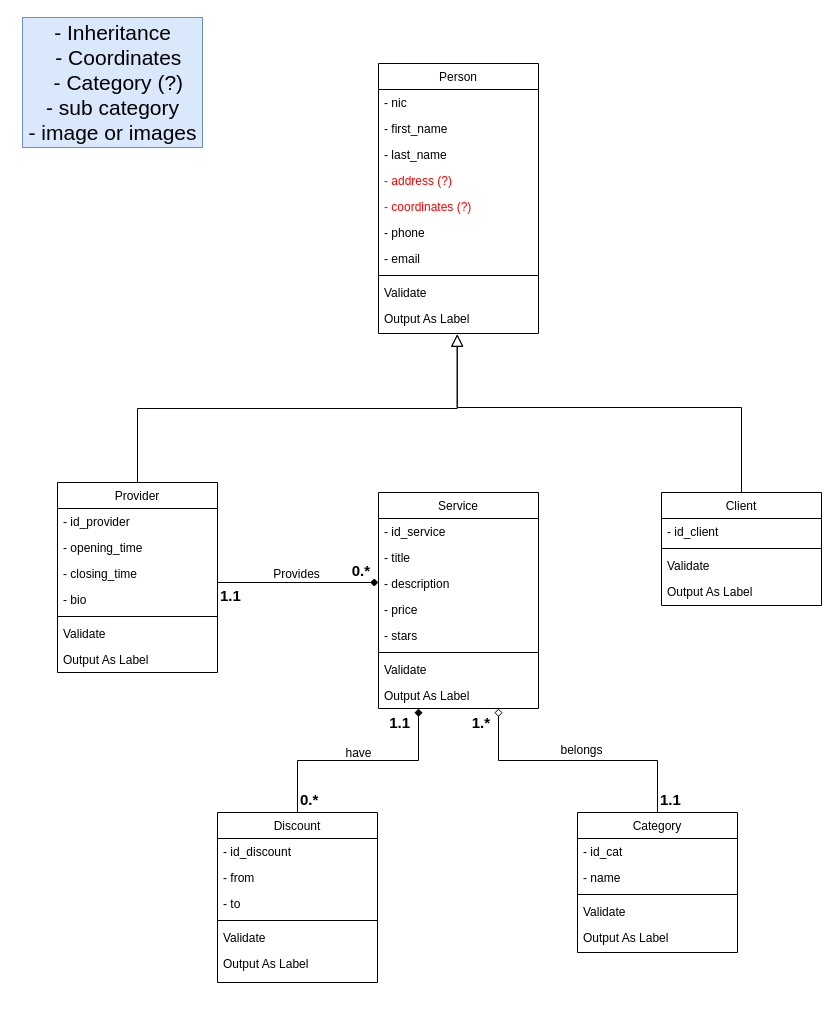
Before: class diagram.drawio in GHamza-Dev/wafin-design-and-conception, a draw.io diagram. Source tidied: cells renumbered, new cells numbered last; positions are measured from the earlier drawing's top-left corner, leaving out a move shared by most shapes. Both pictures are drawn from the tidied source at 100%, with x=0, y=0 at pixel (22, 17).
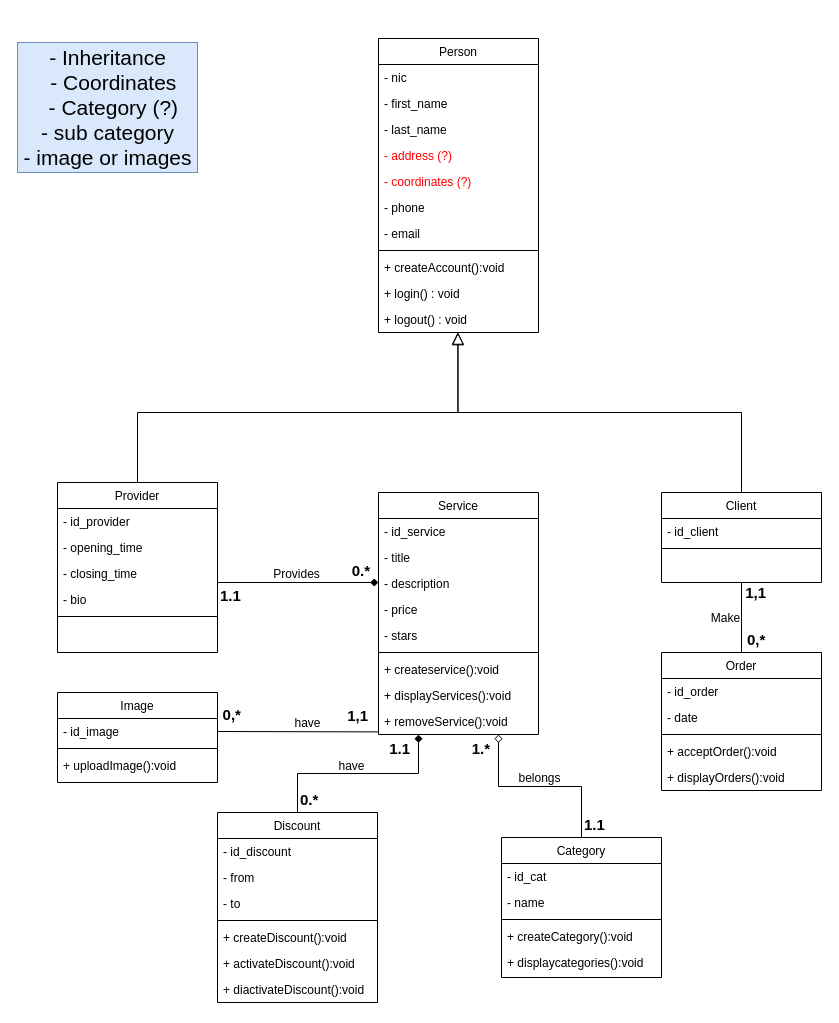
Above is the later version.

Commit message (it also covers changes not shown here):
- Add order and image class  - Fixe relation between classes  - Add methods

The change refers to these unchanged cells:
```xml
<mxCell id="59" style="endArrow=diamond;shadow=0;strokeWidth=1;rounded=0;endFill=0;edgeStyle=elbowEdgeStyle;elbow=vertical;exitX=0.5;exitY=0;exitDx=0;exitDy=0;entryX=0.75;entryY=1;entryDx=0;entryDy=0;" parent="1" edge="1" source="49" target="10">
  <mxGeometry x="0.5" y="41" relative="1" as="geometry">
    <mxPoint x="-40" y="32" as="offset" />
  </mxGeometry>
</mxCell>
```

The edit, as a diff of the source:
```diff
@@
     <mxCell id="2" value="Provider" style="swimlane;fontStyle=0;align=center;verticalAlign=top;horizontal=1;startSize=26;rounded=0;shadow=0;strokeWidth=1;" parent="1" vertex="1">
-      <mxGeometry x="35" y="465" width="160" height="190" as="geometry" />
+      <mxGeometry x="35" y="465" width="160" height="170" as="geometry" />
     </mxCell>
@@
-    <mxCell id="8" value="Validate" style="text;align=left;verticalAlign=top;spacingLeft=4;spacingRight=4;overflow=hidden;" parent="2" vertex="1">
-      <mxGeometry y="138" width="160" height="26" as="geometry" />
-    </mxCell>
-    <mxCell id="9" value="Output As Label" style="text;align=left;verticalAlign=top;spacingLeft=4;spacingRight=4;overflow=hidden;points=[[0,0.5],[1,0.5]];portConstraint=eastwest;" parent="2" vertex="1">
-      <mxGeometry y="164" width="160" height="26" as="geometry" />
-    </mxCell>
     <mxCell id="10" value="Service" style="swimlane;fontStyle=0;align=center;verticalAlign=top;horizontal=1;startSize=26;rounded=0;shadow=0;strokeWidth=1;" parent="1" vertex="1">
-      <mxGeometry x="356" y="475" width="160" height="216" as="geometry" />
+      <mxGeometry x="356" y="475" width="160" height="242" as="geometry" />
     </mxCell>
@@
-    <mxCell id="17" value="Validate" style="text;align=left;verticalAlign=top;spacingLeft=4;spacingRight=4;overflow=hidden;" parent="10" vertex="1">
-      <mxGeometry y="164" width="160" height="26" as="geometry" />
-    </mxCell>
-    <mxCell id="18" value="Output As Label" style="text;align=left;verticalAlign=top;spacingLeft=4;spacingRight=4;overflow=hidden;" parent="10" vertex="1">
-      <mxGeometry y="190" width="160" height="26" as="geometry" />
-    </mxCell>
+    <mxCell id="8" value="+ createservice():void" style="text;align=left;verticalAlign=top;spacingLeft=4;spacingRight=4;overflow=hidden;" parent="10" vertex="1">
+      <mxGeometry y="164" width="160" height="26" as="geometry" />
+    </mxCell>
+    <mxCell id="63" value="+ displayServices():void" style="text;align=left;verticalAlign=top;spacingLeft=4;spacingRight=4;overflow=hidden;" parent="10" vertex="1">
+      <mxGeometry y="190" width="160" height="26" as="geometry" />
+    </mxCell>
+    <mxCell id="9" value="+ removeService():void" style="text;align=left;verticalAlign=top;spacingLeft=4;spacingRight=4;overflow=hidden;points=[[0,0.5],[1,0.5]];portConstraint=eastwest;" parent="10" vertex="1">
+      <mxGeometry y="216" width="160" height="26" as="geometry" />
+    </mxCell>
@@
     <mxCell id="23" value="Client" style="swimlane;fontStyle=0;align=center;verticalAlign=top;horizontal=1;startSize=26;rounded=0;shadow=0;strokeWidth=1;" parent="1" vertex="1">
-      <mxGeometry x="639" y="475" width="160" height="113" as="geometry" />
+      <mxGeometry x="639" y="475" width="160" height="90" as="geometry" />
     </mxCell>
@@
-    <mxCell id="26" value="Validate" style="text;align=left;verticalAlign=top;spacingLeft=4;spacingRight=4;overflow=hidden;" parent="23" vertex="1">
-      <mxGeometry y="60" width="160" height="26" as="geometry" />
-    </mxCell>
-    <mxCell id="27" value="Output As Label" style="text;align=left;verticalAlign=top;spacingLeft=4;spacingRight=4;overflow=hidden;" parent="23" vertex="1">
-      <mxGeometry y="86" width="160" height="26" as="geometry" />
-    </mxCell>
     <mxCell id="28" value="Person" style="swimlane;fontStyle=0;align=center;verticalAlign=top;horizontal=1;startSize=26;rounded=0;shadow=0;strokeWidth=1;" parent="1" vertex="1">
-      <mxGeometry x="356" y="46" width="160" height="270" as="geometry" />
+      <mxGeometry x="356" y="21" width="160" height="294" as="geometry" />
     </mxCell>
@@
-    <mxCell id="37" value="Validate" style="text;align=left;verticalAlign=top;spacingLeft=4;spacingRight=4;overflow=hidden;" parent="28" vertex="1">
+    <mxCell id="37" value="+ createAccount():void" style="text;align=left;verticalAlign=top;spacingLeft=4;spacingRight=4;overflow=hidden;" parent="28" vertex="1">
       <mxGeometry y="216" width="160" height="26" as="geometry" />
     </mxCell>
-    <mxCell id="38" value="Output As Label" style="text;align=left;verticalAlign=top;spacingLeft=4;spacingRight=4;overflow=hidden;points=[[0,0.5],[1,0.5]];portConstraint=eastwest;" parent="28" vertex="1">
+    <mxCell id="38" value="+ login() : void " style="text;align=left;verticalAlign=top;spacingLeft=4;spacingRight=4;overflow=hidden;points=[[0,0.5],[1,0.5]];portConstraint=eastwest;" parent="28" vertex="1">
       <mxGeometry y="242" width="160" height="26" as="geometry" />
     </mxCell>
+    <mxCell id="64" value="+ logout() : void " style="text;align=left;verticalAlign=top;spacingLeft=4;spacingRight=4;overflow=hidden;points=[[0,0.5],[1,0.5]];portConstraint=eastwest;" parent="28" vertex="1">
+      <mxGeometry y="268" width="160" height="26" as="geometry" />
+    </mxCell>
-    <mxCell id="39" style="endArrow=block;endSize=10;endFill=0;shadow=0;strokeWidth=1;rounded=0;edgeStyle=elbowEdgeStyle;elbow=vertical;exitX=0.5;exitY=0;exitDx=0;exitDy=0;entryX=0.492;entryY=1.105;entryDx=0;entryDy=0;entryPerimeter=0;" parent="1" edge="1" source="2" target="38">
-      <mxGeometry relative="1" as="geometry" />
+    <mxCell id="39" style="endArrow=block;endSize=10;endFill=0;shadow=0;strokeWidth=1;rounded=0;edgeStyle=elbowEdgeStyle;elbow=vertical;exitX=0.5;exitY=0;exitDx=0;exitDy=0;entryX=0.496;entryY=0.985;entryDx=0;entryDy=0;entryPerimeter=0;" parent="1" edge="1" source="2" target="64">
+      <mxGeometry relative="1" as="geometry">
+        <Array as="points">
+          <mxPoint x="425" y="395" />
+        </Array>
+      </mxGeometry>
     </mxCell>
-    <mxCell id="40" style="endArrow=block;endSize=10;endFill=0;shadow=0;strokeWidth=1;rounded=0;edgeStyle=elbowEdgeStyle;elbow=vertical;exitX=0.5;exitY=0;exitDx=0;exitDy=0;entryX=0.492;entryY=1.105;entryDx=0;entryDy=0;entryPerimeter=0;" parent="1" edge="1" source="23" target="38">
+    <mxCell id="40" style="endArrow=block;endSize=10;endFill=0;shadow=0;strokeWidth=1;rounded=0;edgeStyle=elbowEdgeStyle;elbow=vertical;exitX=0.5;exitY=0;exitDx=0;exitDy=0;entryX=0.497;entryY=1.01;entryDx=0;entryDy=0;entryPerimeter=0;" parent="1" edge="1" source="23" target="64">
       <mxGeometry relative="1" as="geometry">
         <Array as="points">
+          <mxPoint x="455" y="395" />
           <mxPoint x="585" y="390" />
         </Array>
       </mxGeometry>
     </mxCell>
     <mxCell id="41" value="- Inheritance&lt;br style=&quot;font-size: 21px&quot;&gt;&amp;nbsp; - Coordinates&lt;br style=&quot;font-size: 21px&quot;&gt;&amp;nbsp; - Category (?)&lt;br&gt;- sub category&lt;br&gt;- image or images&lt;br&gt;" style="text;html=1;align=center;verticalAlign=middle;strokeColor=#6c8ebf;fillColor=#dae8fc;fontSize=21;" parent="1" vertex="1">
-      <mxGeometry width="180" height="130" as="geometry" />
+      <mxGeometry x="-5" y="25" width="180" height="130" as="geometry" />
     </mxCell>
     <mxCell id="42" value="Discount" style="swimlane;fontStyle=0;align=center;verticalAlign=top;horizontal=1;startSize=26;rounded=0;shadow=0;strokeWidth=1;" parent="1" vertex="1">
-      <mxGeometry x="195" y="795" width="160" height="170" as="geometry" />
+      <mxGeometry x="195" y="795" width="160" height="190" as="geometry" />
     </mxCell>
@@
-    <mxCell id="47" value="Validate" style="text;align=left;verticalAlign=top;spacingLeft=4;spacingRight=4;overflow=hidden;" parent="42" vertex="1">
-      <mxGeometry y="112" width="160" height="26" as="geometry" />
-    </mxCell>
-    <mxCell id="48" value="Output As Label" style="text;align=left;verticalAlign=top;spacingLeft=4;spacingRight=4;overflow=hidden;" parent="42" vertex="1">
-      <mxGeometry y="138" width="160" height="26" as="geometry" />
-    </mxCell>
+    <mxCell id="65" value="+ createDiscount():void" style="text;align=left;verticalAlign=top;spacingLeft=4;spacingRight=4;overflow=hidden;" parent="42" vertex="1">
+      <mxGeometry y="112" width="160" height="26" as="geometry" />
+    </mxCell>
+    <mxCell id="66" value="+ activateDiscount():void" style="text;align=left;verticalAlign=top;spacingLeft=4;spacingRight=4;overflow=hidden;" parent="42" vertex="1">
+      <mxGeometry y="138" width="160" height="26" as="geometry" />
+    </mxCell>
+    <mxCell id="67" value="+ diactivateDiscount():void" style="text;align=left;verticalAlign=top;spacingLeft=4;spacingRight=4;overflow=hidden;" parent="42" vertex="1">
+      <mxGeometry y="164" width="160" height="26" as="geometry" />
+    </mxCell>
     <mxCell id="49" value="Category" style="swimlane;fontStyle=0;align=center;verticalAlign=top;horizontal=1;startSize=26;rounded=0;shadow=0;strokeWidth=1;" parent="1" vertex="1">
-      <mxGeometry x="555" y="795" width="160" height="140" as="geometry" />
+      <mxGeometry x="479" y="820" width="160" height="140" as="geometry" />
     </mxCell>
@@
-    <mxCell id="53" value="Validate" style="text;align=left;verticalAlign=top;spacingLeft=4;spacingRight=4;overflow=hidden;" parent="49" vertex="1">
+    <mxCell id="53" value="+ createCategory():void" style="text;align=left;verticalAlign=top;spacingLeft=4;spacingRight=4;overflow=hidden;" parent="49" vertex="1">
       <mxGeometry y="86" width="160" height="26" as="geometry" />
     </mxCell>
-    <mxCell id="54" value="Output As Label" style="text;align=left;verticalAlign=top;spacingLeft=4;spacingRight=4;overflow=hidden;" parent="49" vertex="1">
+    <mxCell id="54" value="+ displaycategories():void" style="text;align=left;verticalAlign=top;spacingLeft=4;spacingRight=4;overflow=hidden;" parent="49" vertex="1">
       <mxGeometry y="112" width="160" height="26" as="geometry" />
     </mxCell>
@@
     <mxCell id="62" value="belongs" style="text;html=1;align=center;verticalAlign=middle;labelBackgroundColor=none;rounded=0;shadow=0;strokeWidth=1;fontSize=12;" parent="59" vertex="1">
       <mxGeometry x="0.5" y="49" relative="1" as="geometry">
-        <mxPoint x="68" y="-60" as="offset" />
+        <mxPoint x="89" y="-3" as="offset" />
       </mxGeometry>
     </mxCell>
+    <mxCell id="68" value="Order" style="swimlane;fontStyle=0;align=center;verticalAlign=top;horizontal=1;startSize=26;rounded=0;shadow=0;strokeWidth=1;" parent="1" vertex="1">
+      <mxGeometry x="639" y="635" width="160" height="138" as="geometry" />
+    </mxCell>
+    <mxCell id="69" value="- id_order" style="text;align=left;verticalAlign=top;spacingLeft=4;spacingRight=4;overflow=hidden;" parent="68" vertex="1">
+      <mxGeometry y="26" width="160" height="26" as="geometry" />
+    </mxCell>
+    <mxCell id="70" value="- date" style="text;align=left;verticalAlign=top;spacingLeft=4;spacingRight=4;overflow=hidden;" parent="68" vertex="1">
+      <mxGeometry y="52" width="160" height="26" as="geometry" />
+    </mxCell>
+    <mxCell id="71" style="line;html=1;strokeWidth=1;align=left;verticalAlign=middle;spacingTop=-1;spacingLeft=3;spacingRight=3;labelPosition=right;" parent="68" vertex="1">
+      <mxGeometry y="78" width="160" height="8" as="geometry" />
+    </mxCell>
+    <mxCell id="72" value="+ acceptOrder():void" style="text;align=left;verticalAlign=top;spacingLeft=4;spacingRight=4;overflow=hidden;" parent="68" vertex="1">
+      <mxGeometry y="86" width="160" height="26" as="geometry" />
+    </mxCell>
+    <mxCell id="73" value="+ displayOrders():void" style="text;align=left;verticalAlign=top;spacingLeft=4;spacingRight=4;overflow=hidden;" parent="68" vertex="1">
+      <mxGeometry y="112" width="160" height="26" as="geometry" />
+    </mxCell>
+    <mxCell id="74" value="Image" style="swimlane;fontStyle=0;align=center;verticalAlign=top;horizontal=1;startSize=26;rounded=0;shadow=0;strokeWidth=1;" parent="1" vertex="1">
+      <mxGeometry x="35" y="675" width="160" height="90" as="geometry" />
+    </mxCell>
+    <mxCell id="75" value="- id_image" style="text;align=left;verticalAlign=top;spacingLeft=4;spacingRight=4;overflow=hidden;points=[[0,0.5],[1,0.5]];portConstraint=eastwest;" parent="74" vertex="1">
+      <mxGeometry y="26" width="160" height="26" as="geometry" />
+    </mxCell>
+    <mxCell id="76" style="line;html=1;strokeWidth=1;align=left;verticalAlign=middle;spacingTop=-1;spacingLeft=3;spacingRight=3;labelPosition=right;" parent="74" vertex="1">
+      <mxGeometry y="52" width="160" height="8" as="geometry" />
+    </mxCell>
+    <mxCell id="77" value="+ uploadImage():void" style="text;align=left;verticalAlign=top;spacingLeft=4;spacingRight=4;overflow=hidden;" parent="74" vertex="1">
+      <mxGeometry y="60" width="160" height="26" as="geometry" />
+    </mxCell>
+    <mxCell id="78" style="endArrow=none;shadow=0;strokeWidth=1;rounded=0;endFill=0;edgeStyle=elbowEdgeStyle;elbow=vertical;exitX=1;exitY=0.5;exitDx=0;exitDy=0;entryX=0;entryY=0.5;entryDx=0;entryDy=0;" parent="1" edge="1" source="75" target="9">
+      <mxGeometry x="0.5" y="41" relative="1" as="geometry">
+        <Array as="points">
+          <mxPoint x="355" y="714.4" />
+        </Array>
+        <mxPoint x="-40" y="32" as="offset" />
+      </mxGeometry>
+    </mxCell>
+    <mxCell id="79" value="0,*" style="align=left;verticalAlign=bottom;labelBackgroundColor=none;fontSize=15;fontStyle=1;" parent="78" vertex="1">
+      <mxGeometry x="-1" relative="1" as="geometry">
+        <mxPoint x="4" y="-7" as="offset" />
+      </mxGeometry>
+    </mxCell>
+    <mxCell id="80" value="1,1" style="align=right;verticalAlign=bottom;labelBackgroundColor=none;fontSize=15;fontStyle=1;" parent="78" vertex="1">
+      <mxGeometry x="1" relative="1" as="geometry">
+        <mxPoint x="-9" y="4" as="offset" />
+      </mxGeometry>
+    </mxCell>
+    <mxCell id="81" value="have" style="text;html=1;align=center;verticalAlign=middle;labelBackgroundColor=none;rounded=0;shadow=0;strokeWidth=1;fontSize=12;" parent="78" vertex="1">
+      <mxGeometry x="0.5" y="49" relative="1" as="geometry">
+        <mxPoint x="-39" y="40" as="offset" />
+      </mxGeometry>
+    </mxCell>
+    <mxCell id="82" style="endArrow=none;shadow=0;strokeWidth=1;rounded=0;endFill=0;edgeStyle=elbowEdgeStyle;elbow=vertical;exitX=0.5;exitY=0;exitDx=0;exitDy=0;entryX=0.5;entryY=1;entryDx=0;entryDy=0;" parent="1" edge="1" source="68" target="23">
+      <mxGeometry relative="1" as="geometry" />
+    </mxCell>
+    <mxCell id="83" value="0,*" style="align=left;verticalAlign=bottom;labelBackgroundColor=none;fontSize=15;fontStyle=1;" parent="82" vertex="1">
+      <mxGeometry x="-1" relative="1" as="geometry">
+        <mxPoint x="4" y="-3" as="offset" />
+      </mxGeometry>
+    </mxCell>
+    <mxCell id="84" value="1,1" style="align=right;verticalAlign=bottom;labelBackgroundColor=none;fontSize=15;fontStyle=1;" parent="82" vertex="1">
+      <mxGeometry x="1" relative="1" as="geometry">
+        <mxPoint x="26" y="20" as="offset" />
+      </mxGeometry>
+    </mxCell>
+    <mxCell id="85" value="Make" style="text;html=1;align=center;verticalAlign=middle;labelBackgroundColor=none;rounded=0;shadow=0;strokeWidth=1;fontSize=12;" parent="82" vertex="1">
+      <mxGeometry x="0.5" y="49" relative="1" as="geometry">
+        <mxPoint x="32" y="18" as="offset" />
+      </mxGeometry>
+    </mxCell>
```
